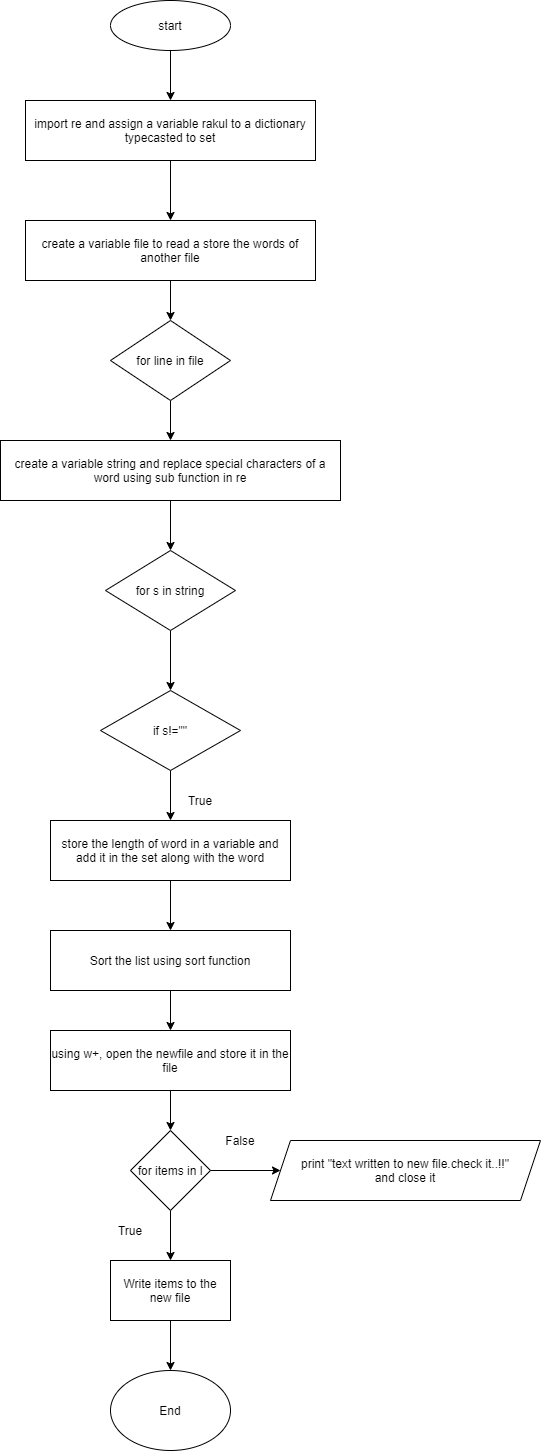
rakulvm/ADF keeps this draw.io diagram as 4. GCD or HCF/GCD.png. Above is the earlier version. Source tidied: cells renumbered, new cells last; positions are measured from the earlier drawing's top-left corner, leaving out a move shared by most shapes. Its diagram source:
```xml
<mxGraphModel>
  <root>
    <mxCell id="0" />
    <mxCell id="1" parent="0" />
    <mxCell id="2" style="edgeStyle=orthogonalEdgeStyle;rounded=0;jettySize=auto;html=1;" parent="1" edge="1" source="3" target="5">
      <mxGeometry relative="1" as="geometry" />
    </mxCell>
    <mxCell id="3" value="start" style="ellipse;whiteSpace=wrap;html=1;" parent="1" vertex="1">
      <mxGeometry x="110" width="120" height="50" as="geometry" />
    </mxCell>
    <mxCell id="4" style="edgeStyle=orthogonalEdgeStyle;rounded=0;jettySize=auto;html=1;entryX=0.5;entryY=0;entryDx=0;entryDy=0;" parent="1" edge="1" source="5" target="7">
      <mxGeometry relative="1" as="geometry" />
    </mxCell>
    <mxCell id="5" value="import re and assign a variable rakul to a dictionary typecasted to set" style="rounded=0;whiteSpace=wrap;html=1;" parent="1" vertex="1">
      <mxGeometry x="25" y="100" width="290" height="60" as="geometry" />
    </mxCell>
    <mxCell id="6" style="edgeStyle=orthogonalEdgeStyle;rounded=0;jettySize=auto;html=1;" parent="1" edge="1" source="7" target="11">
      <mxGeometry relative="1" as="geometry" />
    </mxCell>
    <mxCell id="7" value="create a variable file to read a store the words of another file" style="rounded=0;whiteSpace=wrap;html=1;" parent="1" vertex="1">
      <mxGeometry x="25" y="220" width="290" height="60" as="geometry" />
    </mxCell>
    <mxCell id="8" style="edgeStyle=orthogonalEdgeStyle;rounded=0;jettySize=auto;html=1;" parent="1" edge="1" source="9" target="13">
      <mxGeometry relative="1" as="geometry" />
    </mxCell>
    <mxCell id="9" value="create a variable string and replace special characters of a word using sub function in re" style="rounded=0;whiteSpace=wrap;html=1;" parent="1" vertex="1">
      <mxGeometry y="440" width="340" height="60" as="geometry" />
    </mxCell>
    <mxCell id="10" style="edgeStyle=orthogonalEdgeStyle;rounded=0;jettySize=auto;html=1;" parent="1" edge="1" source="11" target="9">
      <mxGeometry relative="1" as="geometry" />
    </mxCell>
    <mxCell id="11" value="for line in file" style="rhombus;whiteSpace=wrap;html=1;" parent="1" vertex="1">
      <mxGeometry x="110" y="320" width="120" height="80" as="geometry" />
    </mxCell>
    <mxCell id="12" style="edgeStyle=orthogonalEdgeStyle;rounded=0;jettySize=auto;html=1;" parent="1" edge="1" source="13" target="15">
      <mxGeometry relative="1" as="geometry" />
    </mxCell>
    <mxCell id="13" value="for s in string" style="rhombus;whiteSpace=wrap;html=1;" parent="1" vertex="1">
      <mxGeometry x="105" y="550" width="130" height="80" as="geometry" />
    </mxCell>
    <mxCell id="14" style="edgeStyle=orthogonalEdgeStyle;rounded=0;jettySize=auto;html=1;" parent="1" edge="1" source="15" target="17">
      <mxGeometry relative="1" as="geometry" />
    </mxCell>
    <mxCell id="15" value="if s!=&quot;&quot;" style="rhombus;whiteSpace=wrap;html=1;" parent="1" vertex="1">
      <mxGeometry x="100" y="690" width="140" height="80" as="geometry" />
    </mxCell>
    <mxCell id="16" style="edgeStyle=orthogonalEdgeStyle;rounded=0;jettySize=auto;html=1;" parent="1" edge="1" source="17" target="20">
      <mxGeometry relative="1" as="geometry" />
    </mxCell>
    <mxCell id="17" value="store the length of word in a variable and add it in the set along with the word" style="whiteSpace=wrap;html=1;" parent="1" vertex="1">
      <mxGeometry x="50" y="820" width="240" height="60" as="geometry" />
    </mxCell>
    <mxCell id="18" value="True" style="text;html=1;strokeColor=none;fillColor=none;align=center;verticalAlign=middle;whiteSpace=wrap;rounded=0;" parent="1" vertex="1">
      <mxGeometry x="180" y="790" width="40" height="20" as="geometry" />
    </mxCell>
    <mxCell id="19" style="edgeStyle=orthogonalEdgeStyle;rounded=0;jettySize=auto;html=1;" parent="1" edge="1" source="20" target="22">
      <mxGeometry relative="1" as="geometry" />
    </mxCell>
    <mxCell id="20" value="Sort the list using sort function" style="rounded=0;whiteSpace=wrap;html=1;" parent="1" vertex="1">
      <mxGeometry x="50" y="930" width="240" height="60" as="geometry" />
    </mxCell>
    <mxCell id="21" style="edgeStyle=orthogonalEdgeStyle;rounded=0;jettySize=auto;html=1;" parent="1" edge="1" source="22" target="25">
      <mxGeometry relative="1" as="geometry" />
    </mxCell>
    <mxCell id="22" value="using w+, open the newfile and store it in the file" style="rounded=0;whiteSpace=wrap;html=1;" parent="1" vertex="1">
      <mxGeometry x="50" y="1030" width="240" height="60" as="geometry" />
    </mxCell>
    <mxCell id="23" style="edgeStyle=orthogonalEdgeStyle;rounded=0;jettySize=auto;html=1;" parent="1" edge="1" source="25" target="27">
      <mxGeometry relative="1" as="geometry" />
    </mxCell>
    <mxCell id="24" style="edgeStyle=orthogonalEdgeStyle;rounded=0;jettySize=auto;html=1;" parent="1" edge="1" source="25" target="28">
      <mxGeometry relative="1" as="geometry" />
    </mxCell>
    <mxCell id="25" value="for items in l" style="rhombus;whiteSpace=wrap;html=1;" parent="1" vertex="1">
      <mxGeometry x="130" y="1130" width="80" height="80" as="geometry" />
    </mxCell>
    <mxCell id="26" style="edgeStyle=orthogonalEdgeStyle;rounded=0;jettySize=auto;html=1;" parent="1" edge="1" source="27" target="29">
      <mxGeometry relative="1" as="geometry" />
    </mxCell>
    <mxCell id="27" value="Write items to the new file" style="whiteSpace=wrap;html=1;" parent="1" vertex="1">
      <mxGeometry x="110" y="1260" width="120" height="60" as="geometry" />
    </mxCell>
    <mxCell id="28" value="print &quot;text written to new file.check it..!!&quot;&lt;br&gt;and close it" style="shape=parallelogram;perimeter=parallelogramPerimeter;whiteSpace=wrap;html=1;fixedSize=1;" parent="1" vertex="1">
      <mxGeometry x="270" y="1140" width="270" height="60" as="geometry" />
    </mxCell>
    <mxCell id="29" value="End" style="ellipse;whiteSpace=wrap;html=1;" parent="1" vertex="1">
      <mxGeometry x="110" y="1370" width="120" height="80" as="geometry" />
    </mxCell>
    <mxCell id="30" value="True" style="text;html=1;strokeColor=none;fillColor=none;align=center;verticalAlign=middle;whiteSpace=wrap;rounded=0;" parent="1" vertex="1">
      <mxGeometry x="110" y="1220" width="40" height="20" as="geometry" />
    </mxCell>
    <mxCell id="31" value="False" style="text;html=1;strokeColor=none;fillColor=none;align=center;verticalAlign=middle;whiteSpace=wrap;rounded=0;" parent="1" vertex="1">
      <mxGeometry x="220" y="1130" width="40" height="20" as="geometry" />
    </mxCell>
  </root>
</mxGraphModel>
```
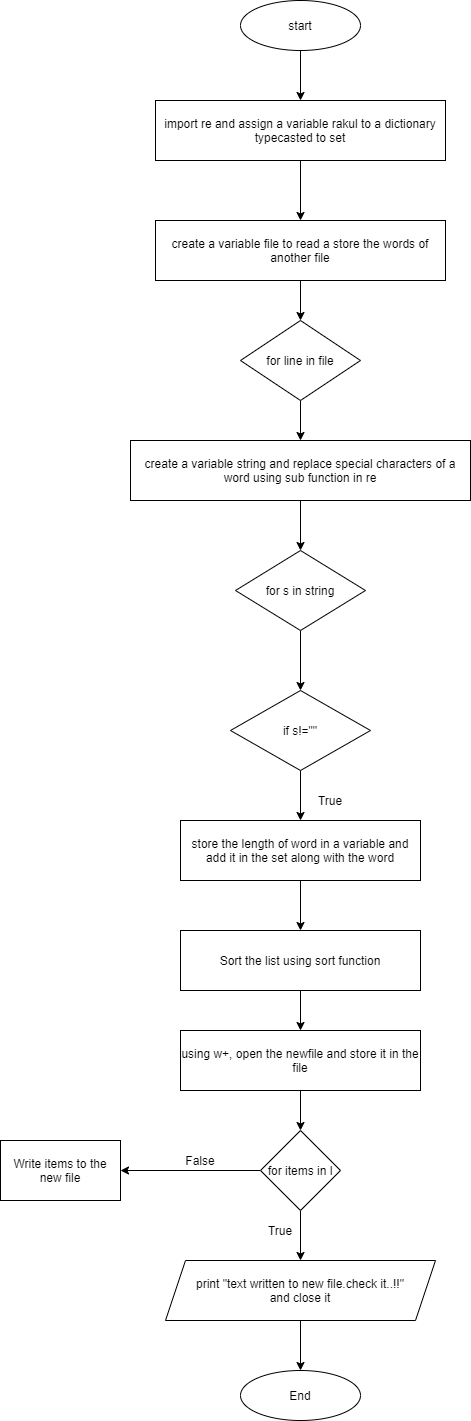
The same file after the commit.

What changed in the source:
```diff
@@ -74,23 +74,23 @@
     <mxCell id="25" value="for items in l" style="rhombus;whiteSpace=wrap;html=1;" parent="1" vertex="1">
       <mxGeometry x="130" y="1130" width="80" height="80" as="geometry" />
     </mxCell>
-    <mxCell id="26" style="edgeStyle=orthogonalEdgeStyle;rounded=0;jettySize=auto;html=1;" parent="1" edge="1" source="27" target="29">
-      <mxGeometry relative="1" as="geometry" />
-    </mxCell>
     <mxCell id="27" value="Write items to the new file" style="whiteSpace=wrap;html=1;" parent="1" vertex="1">
-      <mxGeometry x="110" y="1260" width="120" height="60" as="geometry" />
+      <mxGeometry x="-130" y="1140" width="120" height="60" as="geometry" />
     </mxCell>
+    <mxCell id="32" style="edgeStyle=orthogonalEdgeStyle;rounded=0;jettySize=auto;html=1;" parent="1" edge="1" source="28" target="29">
+      <mxGeometry relative="1" as="geometry" />
+    </mxCell>
     <mxCell id="28" value="print &quot;text written to new file.check it..!!&quot;&lt;br&gt;and close it" style="shape=parallelogram;perimeter=parallelogramPerimeter;whiteSpace=wrap;html=1;fixedSize=1;" parent="1" vertex="1">
-      <mxGeometry x="270" y="1140" width="270" height="60" as="geometry" />
+      <mxGeometry x="35" y="1260" width="270" height="60" as="geometry" />
     </mxCell>
     <mxCell id="29" value="End" style="ellipse;whiteSpace=wrap;html=1;" parent="1" vertex="1">
-      <mxGeometry x="110" y="1370" width="120" height="80" as="geometry" />
+      <mxGeometry x="110" y="1370" width="120" height="50" as="geometry" />
     </mxCell>
     <mxCell id="30" value="True" style="text;html=1;strokeColor=none;fillColor=none;align=center;verticalAlign=middle;whiteSpace=wrap;rounded=0;" parent="1" vertex="1">
-      <mxGeometry x="110" y="1220" width="40" height="20" as="geometry" />
+      <mxGeometry x="130" y="1220" width="40" height="20" as="geometry" />
     </mxCell>
     <mxCell id="31" value="False" style="text;html=1;strokeColor=none;fillColor=none;align=center;verticalAlign=middle;whiteSpace=wrap;rounded=0;" parent="1" vertex="1">
-      <mxGeometry x="220" y="1130" width="40" height="20" as="geometry" />
+      <mxGeometry x="50" y="1150" width="40" height="20" as="geometry" />
     </mxCell>
   </root>
 </mxGraphModel>
```
